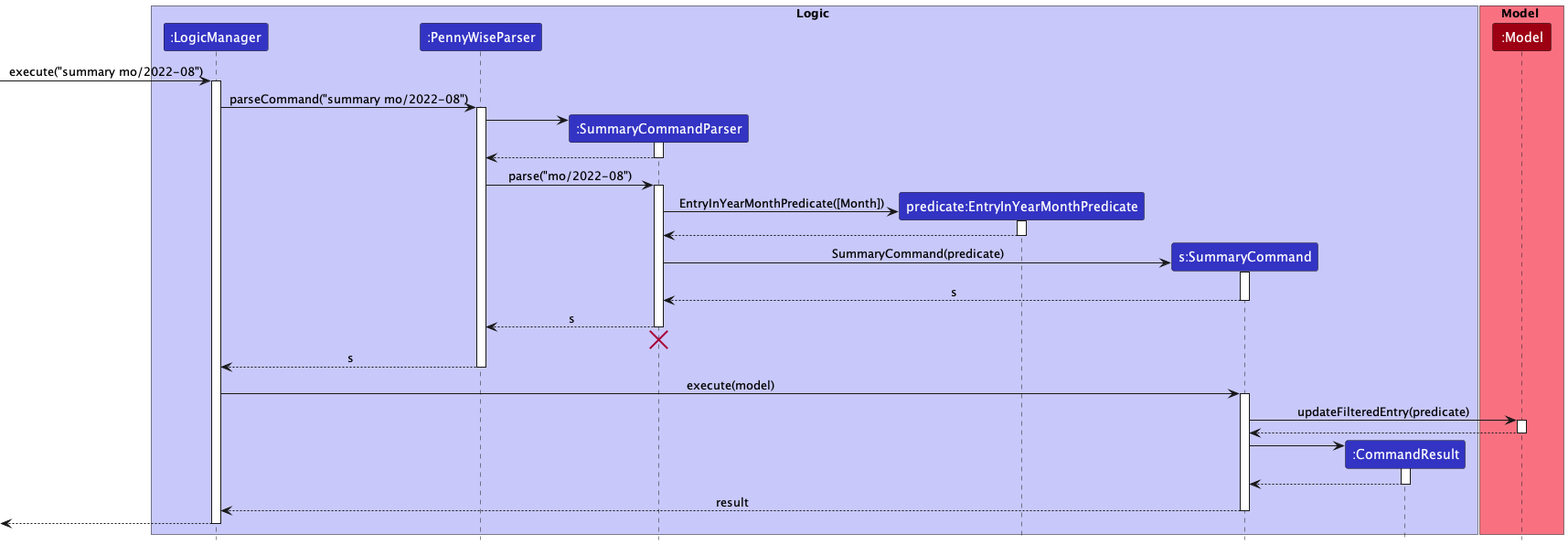
This is docs/images/SummarySequenceDiagram.png from nus-cs2103-AY2223S1/tp, a PlantUML export, as it was before one commit.
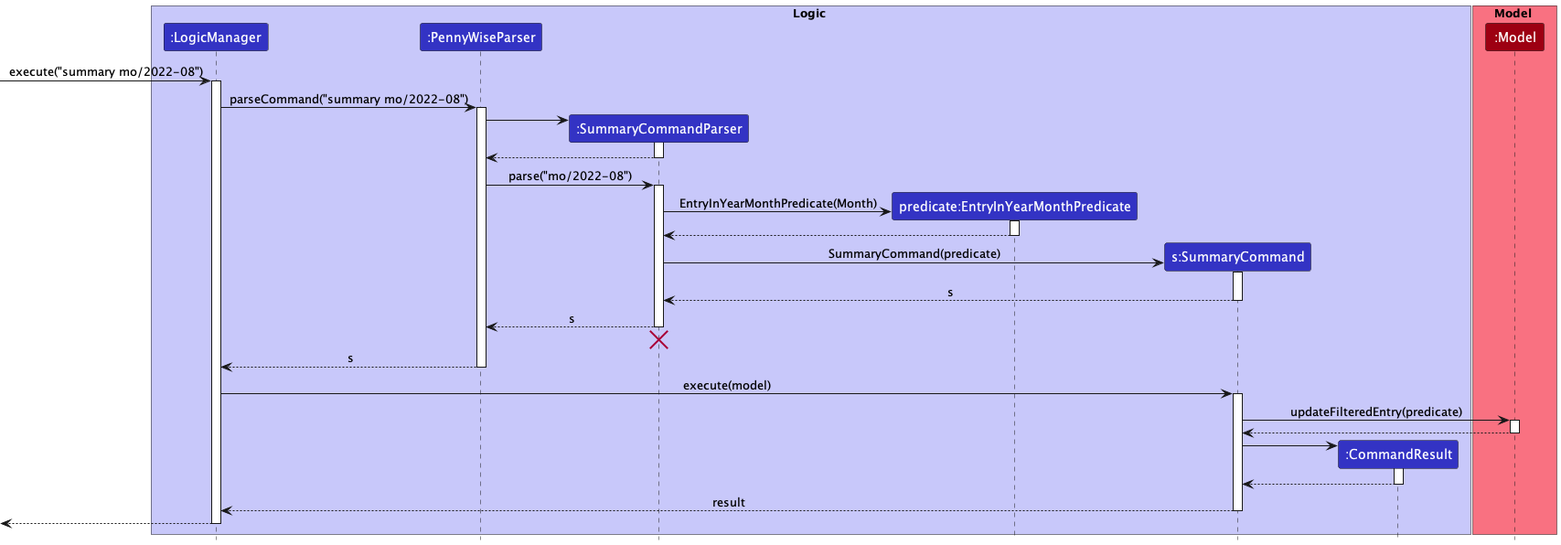
Above is the later version.

Change to the diagram source:
```diff
@@ -31,7 +31,7 @@
 activate SummaryCommandParser
 
 create EntryInYearMonthPredicate
-SummaryCommandParser -> EntryInYearMonthPredicate : EntryInYearMonthPredicate([Month])
+SummaryCommandParser -> EntryInYearMonthPredicate : EntryInYearMonthPredicate(Month)
 activate EntryInYearMonthPredicate
 
 EntryInYearMonthPredicate --> SummaryCommandParser
```
